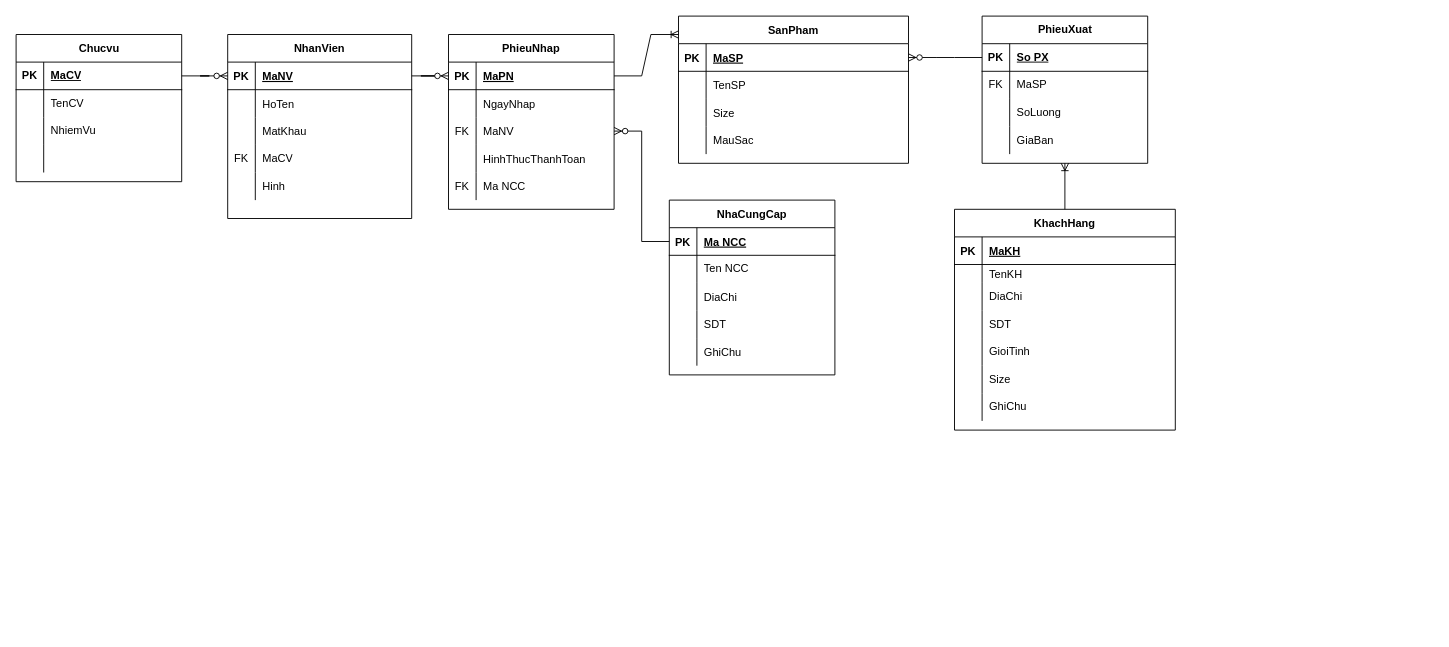
Westeros091/Snethlios keeps this draw.io diagram as ERD.drawio. Above is the earlier version. Source tidied: cells renumbered, new cells numbered last; positions are measured from the earlier drawing's top-left corner, leaving out a move shared by most shapes. Both pictures are drawn from the tidied source at 92%, with x=0, y=0 at pixel (16, 16).
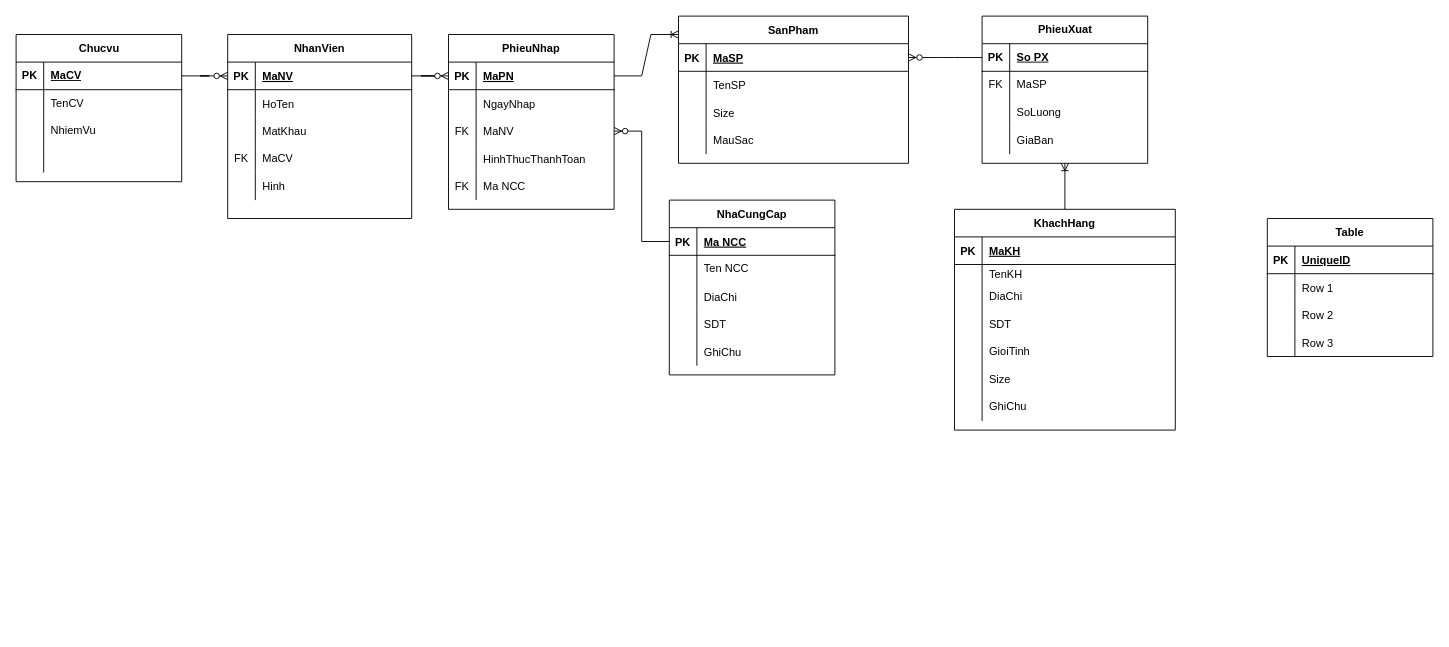
Above is the later version.

Change to the diagram source:
```diff
@@
+    <mxCell id="118" value="Table" style="shape=table;startSize=30;childLayout=tableLayout;rowLines=0;fontStyle=1;align=center;" parent="1" vertex="1">
+      <mxGeometry x="1360" y="220" width="180" height="150" as="geometry" />
+    </mxCell>
+    <mxCell id="119" style="shape=tableRow;horizontal=0;startSize=0;swimlaneHead=0;swimlaneBody=0;fillColor=none;top=0;left=0;right=0;bottom=1;" parent="118" vertex="1">
+      <mxGeometry y="30" width="180" height="30" as="geometry" />
+    </mxCell>
+    <mxCell id="120" value="PK" style="shape=partialRectangle;fillColor=none;top=0;left=0;bottom=0;right=0;fontStyle=1;overflow=hidden;" parent="119" vertex="1">
+      <mxGeometry width="30" height="30" as="geometry" />
+    </mxCell>
+    <mxCell id="121" value="UniqueID" style="shape=partialRectangle;fillColor=none;top=0;left=0;bottom=0;right=0;align=left;spacingLeft=6;fontStyle=5;overflow=hidden;" parent="119" vertex="1">
+      <mxGeometry x="30" width="150" height="30" as="geometry" />
+    </mxCell>
+    <mxCell id="122" style="shape=tableRow;horizontal=0;startSize=0;swimlaneHead=0;swimlaneBody=0;fillColor=none;top=0;left=0;right=0;bottom=0;" parent="118" vertex="1">
+      <mxGeometry y="60" width="180" height="30" as="geometry" />
+    </mxCell>
+    <mxCell id="123" style="shape=partialRectangle;fillColor=none;top=0;left=0;bottom=0;right=0;overflow=hidden;" parent="122" vertex="1">
+      <mxGeometry width="30" height="30" as="geometry" />
+    </mxCell>
+    <mxCell id="124" value="Row 1" style="shape=partialRectangle;fillColor=none;top=0;left=0;bottom=0;right=0;align=left;spacingLeft=6;overflow=hidden;" parent="122" vertex="1">
+      <mxGeometry x="30" width="150" height="30" as="geometry" />
+    </mxCell>
+    <mxCell id="125" style="shape=tableRow;horizontal=0;startSize=0;swimlaneHead=0;swimlaneBody=0;fillColor=none;top=0;left=0;right=0;bottom=0;" parent="118" vertex="1">
+      <mxGeometry y="90" width="180" height="30" as="geometry" />
+    </mxCell>
+    <mxCell id="126" style="shape=partialRectangle;fillColor=none;top=0;left=0;bottom=0;right=0;overflow=hidden;" parent="125" vertex="1">
+      <mxGeometry width="30" height="30" as="geometry" />
+    </mxCell>
+    <mxCell id="127" value="Row 2" style="shape=partialRectangle;fillColor=none;top=0;left=0;bottom=0;right=0;align=left;spacingLeft=6;overflow=hidden;" parent="125" vertex="1">
+      <mxGeometry x="30" width="150" height="30" as="geometry" />
+    </mxCell>
+    <mxCell id="128" style="shape=tableRow;horizontal=0;startSize=0;swimlaneHead=0;swimlaneBody=0;fillColor=none;top=0;left=0;right=0;bottom=0;" parent="118" vertex="1">
+      <mxGeometry y="120" width="180" height="30" as="geometry" />
+    </mxCell>
+    <mxCell id="129" style="shape=partialRectangle;fillColor=none;top=0;left=0;bottom=0;right=0;overflow=hidden;" parent="128" vertex="1">
+      <mxGeometry width="30" height="30" as="geometry" />
+    </mxCell>
+    <mxCell id="130" value="Row 3" style="shape=partialRectangle;fillColor=none;top=0;left=0;bottom=0;right=0;align=left;spacingLeft=6;overflow=hidden;" parent="128" vertex="1">
+      <mxGeometry x="30" width="150" height="30" as="geometry" />
+    </mxCell>
```
